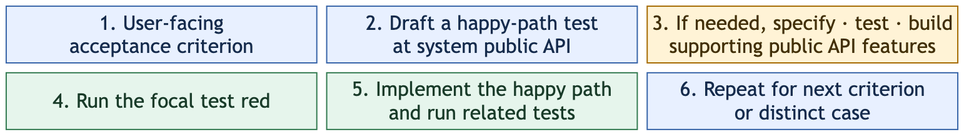
The Mermaid diagram assets/lean-tdd-workflow.png in jieli-matrix/openspec-schemas, before a commit. Its source is kept beside it as assets/lean-tdd-workflow.mmd. Source of this version:
```mermaid
block-beta
    columns 3
    A["1. User-facing<br/>acceptance criterion"] B["2. Draft a happy-path test<br/>at system public API"] C["3. If needed, specify · test · build<br/>supporting public API features"]
    D["4. Run the focal test red"] E["5. Implement the happy path<br/>and run related tests"] F["6. Repeat for next criterion<br/>or distinct case"]

    classDef criterion fill:#e8f0ff,stroke:#3764a8,color:#152b4c
    classDef support fill:#fff3d6,stroke:#a56a00,color:#423008
    classDef action fill:#e6f5ec,stroke:#337b51,color:#193b29
    class A,B,F criterion
    class C support
    class D,E action
```
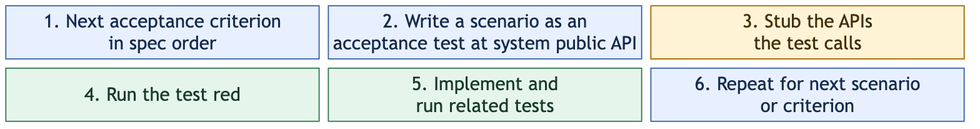
After the commit.

Diff of the diagram source:
```diff
@@ -1,7 +1,7 @@
 block-beta
     columns 3
-    A["1. User-facing<br/>acceptance criterion"] B["2. Draft a happy-path test<br/>at system public API"] C["3. If needed, specify · test · build<br/>supporting public API features"]
-    D["4. Run the focal test red"] E["5. Implement the happy path<br/>and run related tests"] F["6. Repeat for next criterion<br/>or distinct case"]
+    A["1. Next acceptance criterion<br/>in spec order"] B["2. Write a scenario as an<br/>acceptance test at system public API"] C["3. Stub the APIs<br/>the test calls"]
+    D["4. Run the test red"] E["5. Implement and<br/>run related tests"] F["6. Repeat for next scenario<br/>or criterion"]
 
     classDef criterion fill:#e8f0ff,stroke:#3764a8,color:#152b4c
     classDef support fill:#fff3d6,stroke:#a56a00,color:#423008
```
